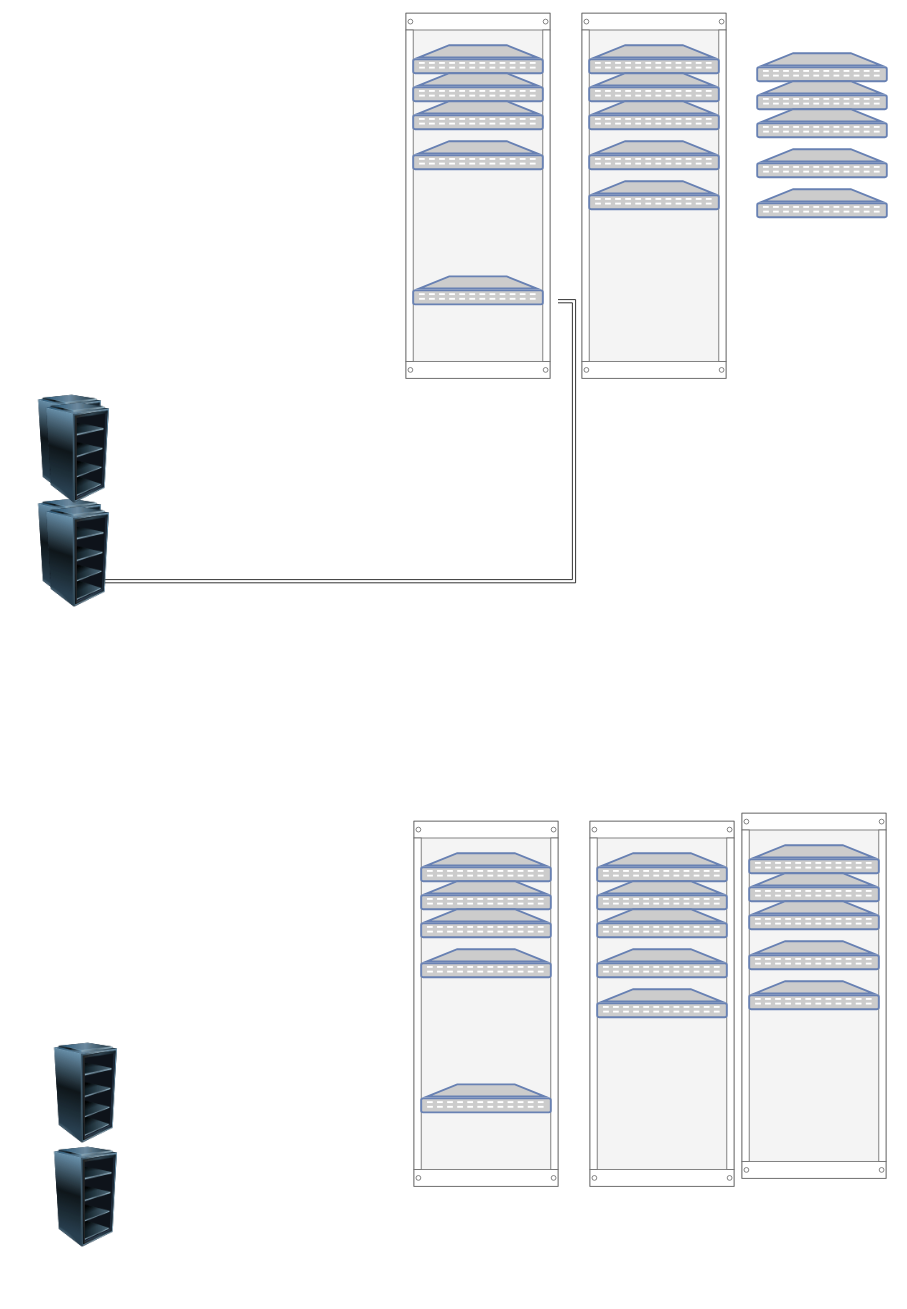
Earlier version of the draw.io diagram Untitled Diagram.drawio (sirajmalayil/Files). Source tidied: cells renumbered, new cells numbered last; positions are measured from the earlier drawing's top-left corner, leaving out a move shared by most shapes. Both pictures are drawn from the tidied source at 80%, with x=0, y=0 at pixel (38, 13).
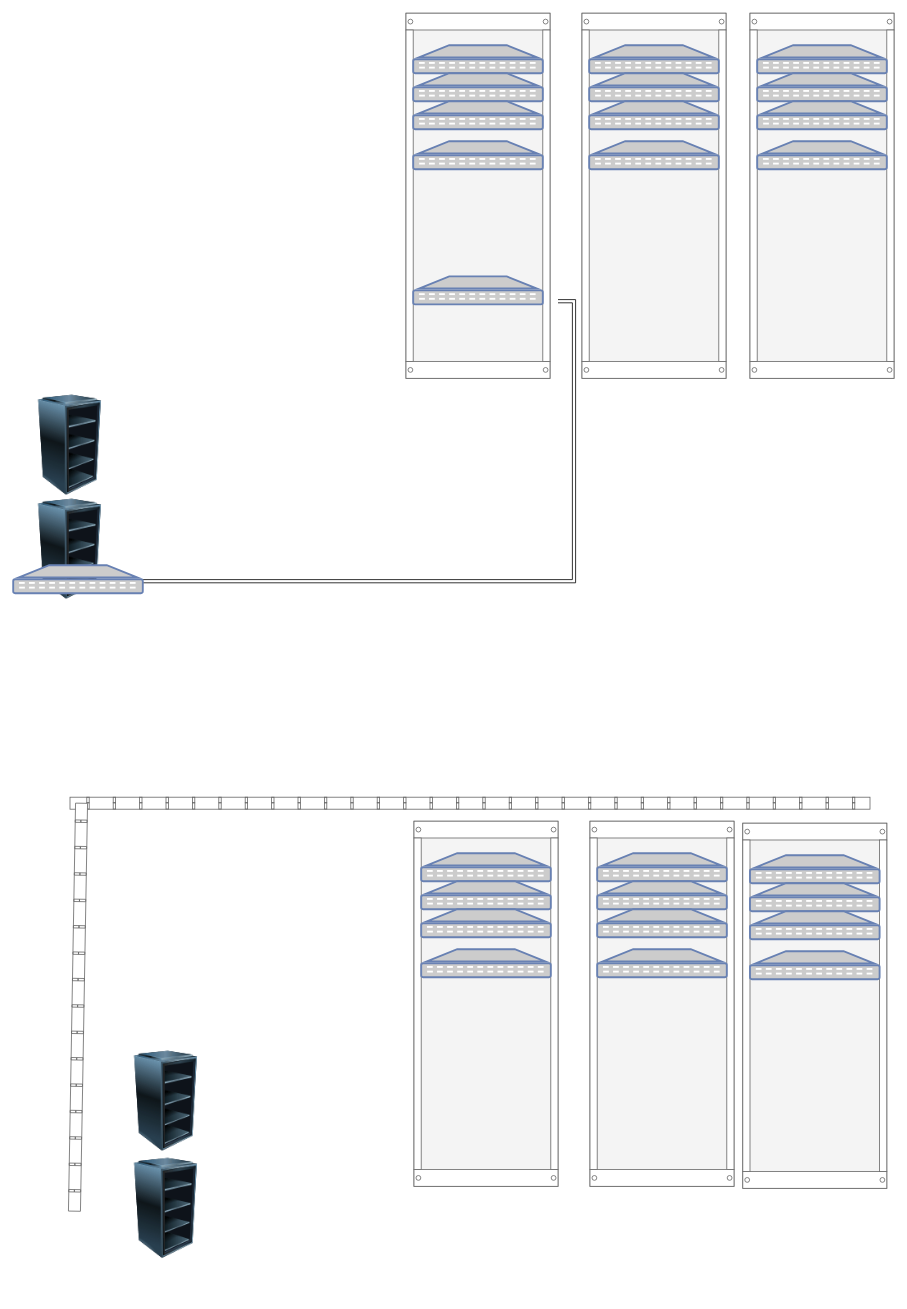
Above is the later version.

Unchanged cells that the change refers to:
```xml
<mxCell id="3" style="image;html=1;image=img/lib/clip_art/computers/Server_Rack_Empty_128x128.png;" parent="1" vertex="1">
  <mxGeometry y="560" width="80" height="220" as="geometry" />
</mxCell>
<mxCell id="10" style="strokeColor=#666666;html=1;verticalLabelPosition=bottom;labelBackgroundColor=#ffffff;verticalAlign=top;shadow=0;dashed=0;shape=mxgraph.rackGeneral.rackCabinet3;fillColor2=#f4f4f4;allowGaps=1;textColor=#666666;numDisp=off;" parent="1" vertex="1">
  <mxGeometry x="680" width="180" height="460" as="geometry" />
</mxCell>
<mxCell id="24" style="strokeColor=#666666;html=1;verticalLabelPosition=bottom;labelBackgroundColor=#ffffff;verticalAlign=top;shadow=0;dashed=0;shape=mxgraph.rackGeneral.rackCabinet3;fillColor2=#f4f4f4;allowGaps=1;textColor=#666666;numDisp=off;" parent="1" vertex="1">
  <mxGeometry x="470" y="1010" width="180" height="460" as="geometry" />
</mxCell>
<mxCell id="30" style="strokeColor=#666666;html=1;verticalLabelPosition=bottom;labelBackgroundColor=#ffffff;verticalAlign=top;shadow=0;dashed=0;shape=mxgraph.rackGeneral.rackCabinet3;fillColor2=#f4f4f4;allowGaps=1;textColor=#666666;numDisp=off;" parent="1" vertex="1">
  <mxGeometry x="690" y="1010" width="180" height="460" as="geometry" />
</mxCell>
```

The edit, as a diff of the source:
```diff
@@
-    <mxCell id="2" style="edgeStyle=orthogonalEdgeStyle;rounded=0;jettySize=auto;html=1;shape=link;" parent="1" edge="1" source="3">
+    <mxCell id="2" style="edgeStyle=orthogonalEdgeStyle;rounded=0;jettySize=auto;html=1;shape=link;" parent="1" edge="1" source="51">
       <mxGeometry relative="1" as="geometry">
         <mxPoint x="650" y="360" as="targetPoint" />
         <Array as="points">
           <mxPoint x="670" y="710" />
           <mxPoint x="670" y="360" />
         </Array>
       </mxGeometry>
     </mxCell>
@@
-    <mxCell id="15" style="fontColor=#0066CC;verticalAlign=top;verticalLabelPosition=bottom;labelPosition=center;align=center;html=1;fillColor=#CCCCCC;strokeColor=#6881B3;gradientColor=none;gradientDirection=north;strokeWidth=2;shape=mxgraph.networks.patch_panel;" parent="10" vertex="1">
-      <mxGeometry x="9" y="210" width="162" height="35" as="geometry" />
-    </mxCell>
     <mxCell id="16" style="strokeColor=#666666;html=1;verticalLabelPosition=bottom;labelBackgroundColor=#ffffff;verticalAlign=top;shadow=0;dashed=0;shape=mxgraph.rackGeneral.rackCabinet3;fillColor2=#f4f4f4;allowGaps=1;textColor=#666666;numDisp=off;" parent="1" vertex="1">
-      <mxGeometry x="880" y="1000" width="180" height="460" as="geometry" />
+      <mxGeometry x="881" y="1012.5" width="180" height="460" as="geometry" />
     </mxCell>
@@
-    <mxCell id="21" style="fontColor=#0066CC;verticalAlign=top;verticalLabelPosition=bottom;labelPosition=center;align=center;html=1;fillColor=#CCCCCC;strokeColor=#6881B3;gradientColor=none;gradientDirection=north;strokeWidth=2;shape=mxgraph.networks.patch_panel;" parent="16" vertex="1">
-      <mxGeometry x="9" y="210" width="162" height="35" as="geometry" />
-    </mxCell>
@@
-    <mxCell id="23" style="image;html=1;image=img/lib/clip_art/computers/Server_Rack_Empty_128x128.png;" parent="1" vertex="1">
-      <mxGeometry x="10" y="570" width="80" height="220" as="geometry" />
-    </mxCell>
@@
-    <mxCell id="29" style="fontColor=#0066CC;verticalAlign=top;verticalLabelPosition=bottom;labelPosition=center;align=center;html=1;fillColor=#CCCCCC;strokeColor=#6881B3;gradientColor=none;gradientDirection=north;strokeWidth=2;shape=mxgraph.networks.patch_panel;" parent="24" vertex="1">
-      <mxGeometry x="9" y="329" width="162" height="35" as="geometry" />
-    </mxCell>
@@
-    <mxCell id="35" style="fontColor=#0066CC;verticalAlign=top;verticalLabelPosition=bottom;labelPosition=center;align=center;html=1;fillColor=#CCCCCC;strokeColor=#6881B3;gradientColor=none;gradientDirection=north;strokeWidth=2;shape=mxgraph.networks.patch_panel;" parent="30" vertex="1">
-      <mxGeometry x="9" y="210" width="162" height="35" as="geometry" />
-    </mxCell>
@@
-    <mxCell id="41" style="image;html=1;image=img/lib/clip_art/computers/Server_Rack_Empty_128x128.png;" parent="1" vertex="1">
-      <mxGeometry x="10" y="440" width="80" height="220" as="geometry" />
-    </mxCell>
     <mxCell id="42" style="image;html=1;image=img/lib/clip_art/computers/Server_Rack_Empty_128x128.png;" parent="1" vertex="1">
-      <mxGeometry x="20" y="1370" width="80" height="220" as="geometry" />
+      <mxGeometry x="120" y="1384" width="80" height="220" as="geometry" />
     </mxCell>
     <mxCell id="43" style="image;html=1;image=img/lib/clip_art/computers/Server_Rack_Empty_128x128.png;rotation=0;" parent="1" vertex="1">
-      <mxGeometry x="20" y="1240" width="80" height="220" as="geometry" />
+      <mxGeometry x="120" y="1250" width="80" height="220" as="geometry" />
     </mxCell>
+    <mxCell id="44" style="strokeColor=#666666;html=1;labelPosition=right;align=left;spacingLeft=15;shadow=0;dashed=0;shape=mxgraph.rackGeneral.horCableDuct;" parent="1" vertex="1">
+      <mxGeometry x="40" y="980" width="1000" height="15" as="geometry" />
+    </mxCell>
+    <mxCell id="45" style="strokeColor=#666666;html=1;labelPosition=right;align=left;spacingLeft=15;shadow=0;dashed=0;shape=mxgraph.rackGeneral.horCableDuct;rotation=-89;" parent="1" vertex="1">
+      <mxGeometry x="-205" y="1235" width="510" height="15" as="geometry" />
+    </mxCell>
+    <mxCell id="46" style="strokeColor=#666666;html=1;verticalLabelPosition=bottom;labelBackgroundColor=#ffffff;verticalAlign=top;shadow=0;dashed=0;shape=mxgraph.rackGeneral.rackCabinet3;fillColor2=#f4f4f4;allowGaps=1;textColor=#666666;numDisp=off;" parent="1" vertex="1">
+      <mxGeometry x="890" width="180" height="460" as="geometry" />
+    </mxCell>
+    <mxCell id="47" style="fontColor=#0066CC;verticalAlign=top;verticalLabelPosition=bottom;labelPosition=center;align=center;html=1;fillColor=#CCCCCC;strokeColor=#6881B3;gradientColor=none;gradientDirection=north;strokeWidth=2;shape=mxgraph.networks.patch_panel;" parent="46" vertex="1">
+      <mxGeometry x="9" y="40" width="162" height="35" as="geometry" />
+    </mxCell>
+    <mxCell id="48" style="fontColor=#0066CC;verticalAlign=top;verticalLabelPosition=bottom;labelPosition=center;align=center;html=1;fillColor=#CCCCCC;strokeColor=#6881B3;gradientColor=none;gradientDirection=north;strokeWidth=2;shape=mxgraph.networks.patch_panel;" parent="46" vertex="1">
+      <mxGeometry x="9" y="75" width="162" height="35" as="geometry" />
+    </mxCell>
+    <mxCell id="49" style="fontColor=#0066CC;verticalAlign=top;verticalLabelPosition=bottom;labelPosition=center;align=center;html=1;fillColor=#CCCCCC;strokeColor=#6881B3;gradientColor=none;gradientDirection=north;strokeWidth=2;shape=mxgraph.networks.patch_panel;" parent="46" vertex="1">
+      <mxGeometry x="9" y="110" width="162" height="35" as="geometry" />
+    </mxCell>
+    <mxCell id="50" style="fontColor=#0066CC;verticalAlign=top;verticalLabelPosition=bottom;labelPosition=center;align=center;html=1;fillColor=#CCCCCC;strokeColor=#6881B3;gradientColor=none;gradientDirection=north;strokeWidth=2;shape=mxgraph.networks.patch_panel;" parent="46" vertex="1">
+      <mxGeometry x="9" y="160" width="162" height="35" as="geometry" />
+    </mxCell>
+    <mxCell id="51" style="fontColor=#0066CC;verticalAlign=top;verticalLabelPosition=bottom;labelPosition=center;align=center;html=1;outlineConnect=0;fillColor=#CCCCCC;strokeColor=#6881B3;gradientColor=none;gradientDirection=north;strokeWidth=2;shape=mxgraph.networks.patch_panel;" parent="1" vertex="1">
+      <mxGeometry x="-31" y="690" width="162" height="35" as="geometry" />
+    </mxCell>
```
